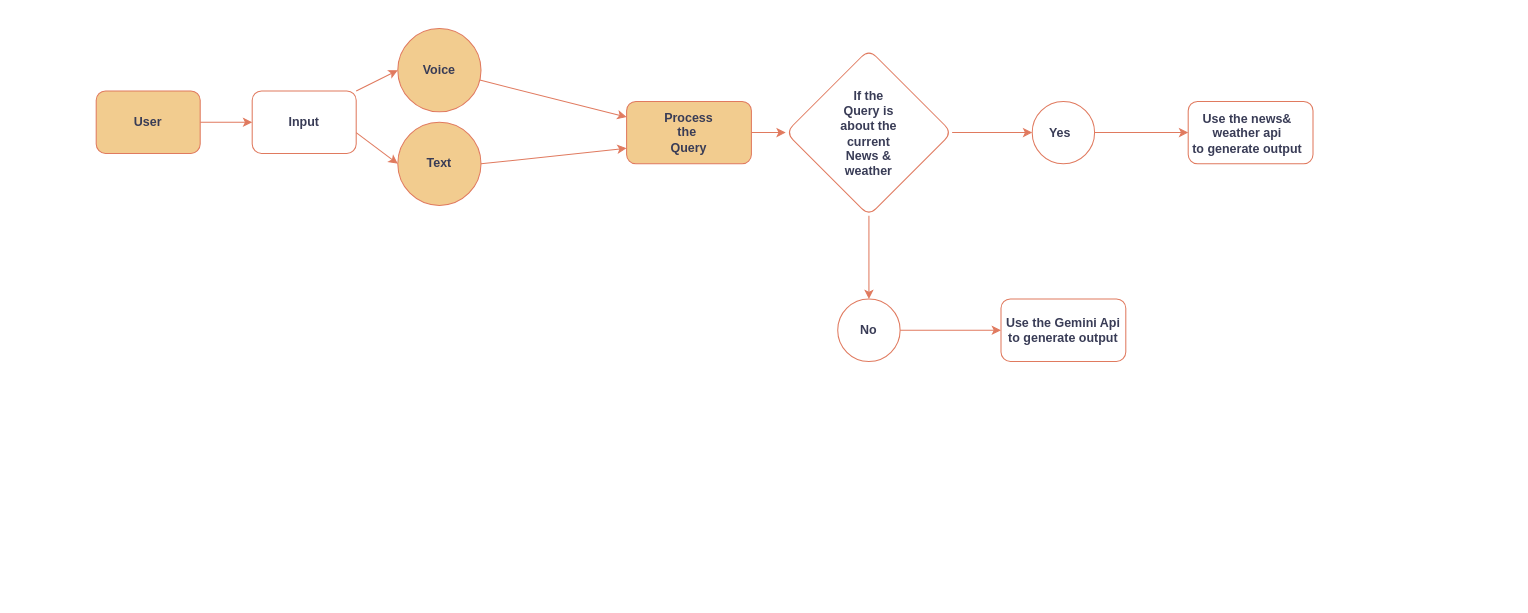
Above: Untitled Diagram.drawio in Ansh1803/Digram (draw.io), before the change. Source tidied: cells renumbered, new cells numbered last; positions are measured from the earlier drawing's top-left corner, leaving out a move shared by most shapes. Both pictures are drawn from the tidied source at 104%, with x=0, y=0 at pixel (96, 28).
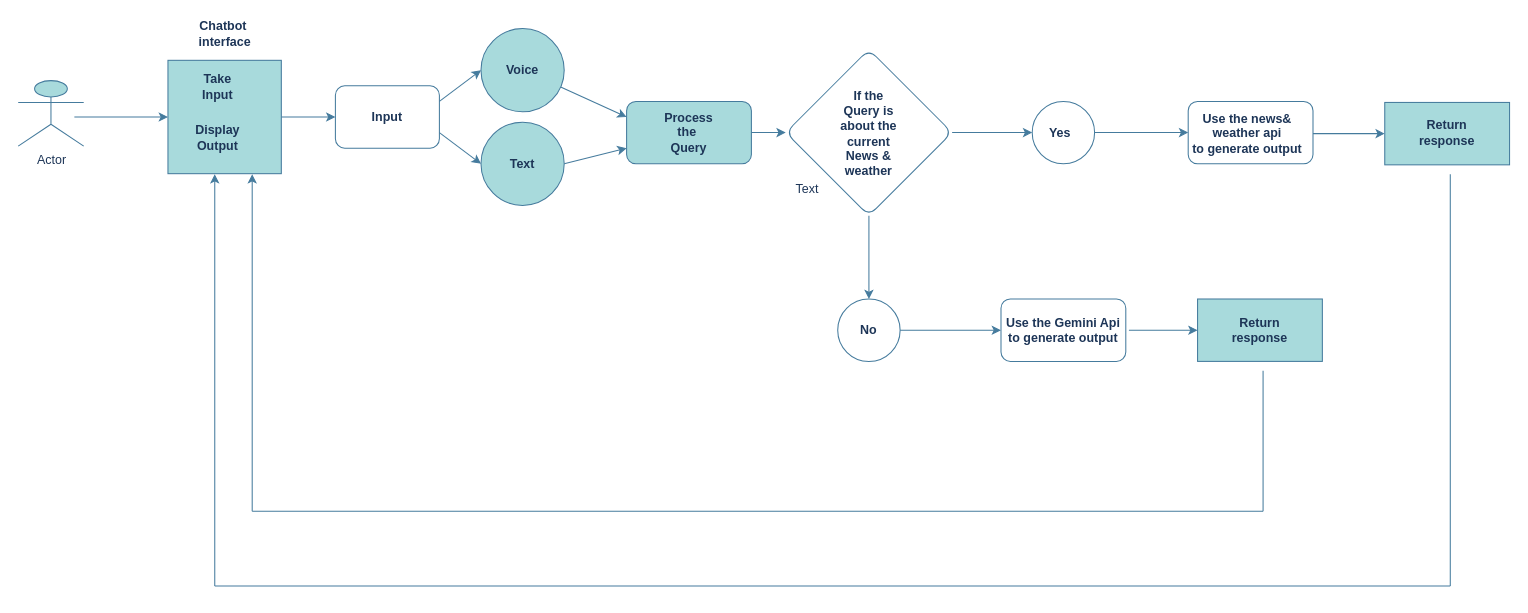
Above is the later version.

What changed in the source:
```diff
@@
-    <mxCell id="2" style="edgeStyle=orthogonalEdgeStyle;rounded=1;jettySize=auto;html=1;exitX=1;exitY=0.5;exitDx=0;exitDy=0;entryX=0;entryY=0.5;entryDx=0;entryDy=0;fontFamily=Helvetica;fontSize=12;fontColor=default;labelBackgroundColor=none;strokeColor=#E07A5F;" parent="1" edge="1" source="3" target="12">
-      <mxGeometry relative="1" as="geometry" />
-    </mxCell>
-    <mxCell id="3" style="rounded=1;whiteSpace=wrap;html=1;labelBackgroundColor=none;fillColor=#F2CC8F;strokeColor=#E07A5F;fontColor=#393C56;" parent="1" vertex="1">
-      <mxGeometry y="60" width="100" height="60" as="geometry" />
-    </mxCell>
-    <mxCell id="4" value="&lt;b&gt;User&lt;/b&gt;" style="text;html=1;align=center;verticalAlign=middle;whiteSpace=wrap;rounded=1;labelBackgroundColor=none;fontColor=#393C56;" parent="1" vertex="1">
-      <mxGeometry x="20" y="75" width="60" height="30" as="geometry" />
-    </mxCell>
-    <mxCell id="5" style="rounded=1;whiteSpace=wrap;html=1;labelBackgroundColor=none;fillColor=#F2CC8F;strokeColor=#E07A5F;fontColor=#393C56;" parent="1" vertex="1">
+    <mxCell id="5" style="rounded=1;whiteSpace=wrap;html=1;labelBackgroundColor=none;fillColor=#A8DADC;strokeColor=#457B9D;fontColor=#1D3557;" parent="1" vertex="1">
       <mxGeometry x="510" y="70" width="120" height="60" as="geometry" />
     </mxCell>
-    <mxCell id="6" style="endArrow=classic;html=1;rounded=1;entryX=0;entryY=0.25;entryDx=0;entryDy=0;labelBackgroundColor=none;strokeColor=#E07A5F;fontColor=default;" parent="1" edge="1" source="10" target="5">
+    <mxCell id="6" style="endArrow=classic;html=1;rounded=1;entryX=0;entryY=0.25;entryDx=0;entryDy=0;labelBackgroundColor=none;fontColor=default;strokeColor=#457B9D;" parent="1" edge="1" source="10" target="5">
       <mxGeometry relative="1" as="geometry" />
     </mxCell>
-    <mxCell id="7" style="endArrow=classic;html=1;rounded=1;entryX=0;entryY=0.75;entryDx=0;entryDy=0;exitX=1;exitY=0.5;exitDx=0;exitDy=0;labelBackgroundColor=none;strokeColor=#E07A5F;fontColor=default;" parent="1" edge="1" source="11" target="5">
+    <mxCell id="7" style="endArrow=classic;html=1;rounded=1;entryX=0;entryY=0.75;entryDx=0;entryDy=0;exitX=1;exitY=0.5;exitDx=0;exitDy=0;labelBackgroundColor=none;fontColor=default;strokeColor=#457B9D;" parent="1" edge="1" source="11" target="5">
       <mxGeometry relative="1" as="geometry" />
     </mxCell>
-    <mxCell id="8" style="edgeStyle=orthogonalEdgeStyle;rounded=1;jettySize=auto;html=1;entryX=0;entryY=0.5;entryDx=0;entryDy=0;fontFamily=Helvetica;fontSize=12;fontColor=default;labelBackgroundColor=none;strokeColor=#E07A5F;" parent="1" edge="1" source="9" target="21">
+    <mxCell id="8" style="edgeStyle=orthogonalEdgeStyle;rounded=1;jettySize=auto;html=1;entryX=0;entryY=0.5;entryDx=0;entryDy=0;fontFamily=Helvetica;fontSize=12;fontColor=default;labelBackgroundColor=none;strokeColor=#457B9D;" parent="1" edge="1" source="9" target="21">
       <mxGeometry relative="1" as="geometry" />
     </mxCell>
-    <mxCell id="9" value="&lt;b&gt;Process&lt;/b&gt;&lt;div&gt;&lt;b&gt;the&amp;nbsp;&lt;/b&gt;&lt;/div&gt;&lt;div&gt;&lt;b&gt;Query&lt;/b&gt;&lt;/div&gt;" style="text;html=1;align=center;verticalAlign=middle;whiteSpace=wrap;rounded=1;labelBackgroundColor=none;fontColor=#393C56;" parent="1" vertex="1">
+    <mxCell id="9" value="&lt;b&gt;Process&lt;/b&gt;&lt;div&gt;&lt;b&gt;the&amp;nbsp;&lt;/b&gt;&lt;/div&gt;&lt;div&gt;&lt;b&gt;Query&lt;/b&gt;&lt;/div&gt;" style="text;html=1;align=center;verticalAlign=middle;whiteSpace=wrap;rounded=1;labelBackgroundColor=none;fontColor=#1D3557;" parent="1" vertex="1">
       <mxGeometry x="510" y="85" width="120" height="30" as="geometry" />
     </mxCell>
-    <mxCell id="10" style="ellipse;whiteSpace=wrap;html=1;rounded=1;labelBackgroundColor=none;fillColor=#F2CC8F;strokeColor=#E07A5F;fontColor=#393C56;" parent="1" vertex="1">
-      <mxGeometry x="290" width="80" height="80" as="geometry" />
+    <mxCell id="10" style="ellipse;whiteSpace=wrap;html=1;rounded=1;labelBackgroundColor=none;fillColor=#A8DADC;strokeColor=#457B9D;fontColor=#1D3557;" parent="1" vertex="1">
+      <mxGeometry x="370" width="80" height="80" as="geometry" />
     </mxCell>
-    <mxCell id="11" style="ellipse;whiteSpace=wrap;html=1;rounded=1;labelBackgroundColor=none;fillColor=#F2CC8F;strokeColor=#E07A5F;fontColor=#393C56;" parent="1" vertex="1">
-      <mxGeometry x="290" y="90" width="80" height="80" as="geometry" />
+    <mxCell id="11" style="ellipse;whiteSpace=wrap;html=1;rounded=1;labelBackgroundColor=none;fillColor=#A8DADC;strokeColor=#457B9D;fontColor=#1D3557;" parent="1" vertex="1">
+      <mxGeometry x="370" y="90" width="80" height="80" as="geometry" />
     </mxCell>
-    <mxCell id="12" style="rounded=1;whiteSpace=wrap;html=1;align=center;verticalAlign=middle;fontFamily=Helvetica;fontSize=12;fontColor=#393C56;fillColor=none;labelBackgroundColor=none;strokeColor=#E07A5F;" parent="1" vertex="1">
-      <mxGeometry x="150" y="60" width="100" height="60" as="geometry" />
+    <mxCell id="12" style="rounded=1;whiteSpace=wrap;html=1;align=center;verticalAlign=middle;fontFamily=Helvetica;fontSize=12;fillColor=none;labelBackgroundColor=none;strokeColor=#457B9D;fontColor=#1D3557;" parent="1" vertex="1">
+      <mxGeometry x="230" y="55" width="100" height="60" as="geometry" />
     </mxCell>
-    <mxCell id="13" style="endArrow=classic;html=1;rounded=1;fontFamily=Helvetica;fontSize=12;fontColor=default;entryX=0;entryY=0.5;entryDx=0;entryDy=0;labelBackgroundColor=none;strokeColor=#E07A5F;" parent="1" edge="1" target="10">
-      <mxGeometry relative="1" as="geometry">
-        <mxPoint x="250" y="60" as="sourcePoint" />
-      </mxGeometry>
+    <mxCell id="13" style="endArrow=classic;html=1;rounded=1;fontFamily=Helvetica;fontSize=12;fontColor=default;entryX=0;entryY=0.5;entryDx=0;entryDy=0;labelBackgroundColor=none;exitX=1;exitY=0.25;exitDx=0;exitDy=0;strokeColor=#457B9D;" parent="1" edge="1" source="12" target="10">
+      <mxGeometry relative="1" as="geometry" />
     </mxCell>
-    <mxCell id="14" style="endArrow=classic;html=1;rounded=1;fontFamily=Helvetica;fontSize=12;fontColor=default;entryX=0;entryY=0.5;entryDx=0;entryDy=0;labelBackgroundColor=none;strokeColor=#E07A5F;" parent="1" edge="1" target="11">
-      <mxGeometry relative="1" as="geometry">
-        <mxPoint x="250" y="100" as="sourcePoint" />
-      </mxGeometry>
+    <mxCell id="14" style="endArrow=classic;html=1;rounded=1;fontFamily=Helvetica;fontSize=12;fontColor=default;entryX=0;entryY=0.5;entryDx=0;entryDy=0;labelBackgroundColor=none;exitX=1;exitY=0.75;exitDx=0;exitDy=0;strokeColor=#457B9D;" parent="1" edge="1" source="12" target="11">
+      <mxGeometry relative="1" as="geometry" />
     </mxCell>
-    <mxCell id="15" value="&lt;b&gt;Input&lt;/b&gt;" style="text;html=1;align=center;verticalAlign=middle;whiteSpace=wrap;rounded=1;fontFamily=Helvetica;fontSize=12;fontColor=#393C56;labelBackgroundColor=none;" parent="1" vertex="1">
-      <mxGeometry x="170" y="75" width="60" height="30" as="geometry" />
+    <mxCell id="15" value="&lt;b&gt;Input&lt;/b&gt;" style="text;html=1;align=center;verticalAlign=middle;whiteSpace=wrap;rounded=1;fontFamily=Helvetica;fontSize=12;labelBackgroundColor=none;fontColor=#1D3557;" parent="1" vertex="1">
+      <mxGeometry x="250" y="70" width="60" height="30" as="geometry" />
     </mxCell>
-    <mxCell id="16" value="&lt;b&gt;Text&lt;/b&gt;" style="text;html=1;align=center;verticalAlign=middle;whiteSpace=wrap;rounded=1;fontFamily=Helvetica;fontSize=12;fontColor=#393C56;labelBackgroundColor=none;" parent="1" vertex="1">
-      <mxGeometry x="300" y="115" width="60" height="30" as="geometry" />
+    <mxCell id="16" value="&lt;b&gt;Text&lt;/b&gt;" style="text;html=1;align=center;verticalAlign=middle;whiteSpace=wrap;rounded=1;fontFamily=Helvetica;fontSize=12;labelBackgroundColor=none;fontColor=#1D3557;" parent="1" vertex="1">
+      <mxGeometry x="380" y="116" width="60" height="30" as="geometry" />
     </mxCell>
-    <mxCell id="17" value="&lt;b&gt;Voice&lt;/b&gt;" style="text;html=1;align=center;verticalAlign=middle;whiteSpace=wrap;rounded=1;fontFamily=Helvetica;fontSize=12;fontColor=#393C56;labelBackgroundColor=none;" parent="1" vertex="1">
-      <mxGeometry x="300" y="25" width="60" height="30" as="geometry" />
+    <mxCell id="17" value="&lt;b&gt;Voice&lt;/b&gt;" style="text;html=1;align=center;verticalAlign=middle;whiteSpace=wrap;rounded=1;fontFamily=Helvetica;fontSize=12;labelBackgroundColor=none;fontColor=#1D3557;" parent="1" vertex="1">
+      <mxGeometry x="380" y="25" width="60" height="30" as="geometry" />
     </mxCell>
-    <mxCell id="18" value="&lt;b&gt;If the Query is about the current News &amp;amp; weather&lt;/b&gt;" style="text;html=1;align=center;verticalAlign=middle;whiteSpace=wrap;rounded=1;fontFamily=Helvetica;fontSize=12;fontColor=#393C56;labelBackgroundColor=none;" parent="1" vertex="1">
+    <mxCell id="18" value="&lt;b&gt;If the Query is about the current News &amp;amp; weather&lt;/b&gt;" style="text;html=1;align=center;verticalAlign=middle;whiteSpace=wrap;rounded=1;fontFamily=Helvetica;fontSize=12;labelBackgroundColor=none;fontColor=#1D3557;" parent="1" vertex="1">
       <mxGeometry x="713" y="86" width="60" height="29" as="geometry" />
     </mxCell>
-    <mxCell id="19" style="edgeStyle=orthogonalEdgeStyle;rounded=1;jettySize=auto;html=1;entryX=0;entryY=0.5;entryDx=0;entryDy=0;fontFamily=Helvetica;fontSize=12;fontColor=default;labelBackgroundColor=none;strokeColor=#E07A5F;" parent="1" edge="1" source="21" target="24">
+    <mxCell id="19" style="edgeStyle=orthogonalEdgeStyle;rounded=1;jettySize=auto;html=1;entryX=0;entryY=0.5;entryDx=0;entryDy=0;fontFamily=Helvetica;fontSize=12;fontColor=default;labelBackgroundColor=none;strokeColor=#457B9D;" parent="1" edge="1" source="21" target="24">
       <mxGeometry relative="1" as="geometry" />
     </mxCell>
-    <mxCell id="20" style="edgeStyle=orthogonalEdgeStyle;rounded=0;jettySize=auto;html=1;exitX=0.5;exitY=1;exitDx=0;exitDy=0;entryX=0.5;entryY=0;entryDx=0;entryDy=0;strokeColor=#E07A5F;fontColor=#393C56;fillColor=#F2CC8F;" parent="1" edge="1" source="21" target="26">
+    <mxCell id="20" style="edgeStyle=orthogonalEdgeStyle;rounded=0;jettySize=auto;html=1;exitX=0.5;exitY=1;exitDx=0;exitDy=0;entryX=0.5;entryY=0;entryDx=0;entryDy=0;fontColor=default;labelBackgroundColor=none;strokeColor=#457B9D;" parent="1" edge="1" source="21" target="26">
       <mxGeometry relative="1" as="geometry" />
     </mxCell>
-    <mxCell id="21" style="rhombus;whiteSpace=wrap;html=1;rounded=1;align=center;verticalAlign=middle;fontFamily=Helvetica;fontSize=12;fontColor=#393C56;fillColor=none;labelBackgroundColor=none;strokeColor=#E07A5F;" parent="1" vertex="1">
+    <mxCell id="21" style="rhombus;whiteSpace=wrap;html=1;rounded=1;align=center;verticalAlign=middle;fontFamily=Helvetica;fontSize=12;fillColor=none;labelBackgroundColor=none;strokeColor=#457B9D;fontColor=#1D3557;" parent="1" vertex="1">
       <mxGeometry x="663" y="20" width="160" height="160" as="geometry" />
     </mxCell>
-    <mxCell id="22" value="&lt;b&gt;Yes&lt;/b&gt;" style="text;html=1;align=center;verticalAlign=middle;whiteSpace=wrap;rounded=1;fontFamily=Helvetica;fontSize=12;fontColor=#393C56;labelBackgroundColor=none;" parent="1" vertex="1">
+    <mxCell id="22" value="&lt;b&gt;Yes&lt;/b&gt;" style="text;html=1;align=center;verticalAlign=middle;whiteSpace=wrap;rounded=1;fontFamily=Helvetica;fontSize=12;labelBackgroundColor=none;fontColor=#1D3557;" parent="1" vertex="1">
       <mxGeometry x="897" y="86" width="60" height="30" as="geometry" />
     </mxCell>
-    <mxCell id="23" style="edgeStyle=orthogonalEdgeStyle;rounded=1;jettySize=auto;html=1;entryX=0;entryY=0.5;entryDx=0;entryDy=0;fontFamily=Helvetica;fontSize=12;fontColor=default;labelBackgroundColor=none;strokeColor=#E07A5F;" parent="1" edge="1" source="24" target="25">
+    <mxCell id="23" style="edgeStyle=orthogonalEdgeStyle;rounded=1;jettySize=auto;html=1;entryX=0;entryY=0.5;entryDx=0;entryDy=0;fontFamily=Helvetica;fontSize=12;fontColor=default;labelBackgroundColor=none;strokeColor=#457B9D;" parent="1" edge="1" source="24" target="25">
       <mxGeometry relative="1" as="geometry" />
     </mxCell>
-    <mxCell id="24" style="ellipse;whiteSpace=wrap;html=1;rounded=1;align=center;verticalAlign=middle;fontFamily=Helvetica;fontSize=12;fontColor=#393C56;fillColor=none;labelBackgroundColor=none;strokeColor=#E07A5F;" parent="1" vertex="1">
+    <mxCell id="24" style="ellipse;whiteSpace=wrap;html=1;rounded=1;align=center;verticalAlign=middle;fontFamily=Helvetica;fontSize=12;fillColor=none;labelBackgroundColor=none;strokeColor=#457B9D;fontColor=#1D3557;" parent="1" vertex="1">
       <mxGeometry x="900" y="70" width="60" height="60" as="geometry" />
     </mxCell>
-    <mxCell id="25" style="rounded=1;whiteSpace=wrap;html=1;align=center;verticalAlign=middle;fontFamily=Helvetica;fontSize=12;fontColor=#393C56;fillColor=none;labelBackgroundColor=none;strokeColor=#E07A5F;" parent="1" vertex="1">
+    <mxCell id="25" style="rounded=1;whiteSpace=wrap;html=1;align=center;verticalAlign=middle;fontFamily=Helvetica;fontSize=12;fillColor=none;labelBackgroundColor=none;strokeColor=#457B9D;fontColor=#1D3557;" parent="1" vertex="1">
       <mxGeometry x="1050" y="70" width="120" height="60" as="geometry" />
     </mxCell>
-    <mxCell id="26" style="ellipse;whiteSpace=wrap;html=1;rounded=1;align=center;verticalAlign=middle;fontFamily=Helvetica;fontSize=12;fontColor=#393C56;fillColor=none;labelBackgroundColor=none;strokeColor=#E07A5F;" parent="1" vertex="1">
+    <mxCell id="26" style="ellipse;whiteSpace=wrap;html=1;rounded=1;align=center;verticalAlign=middle;fontFamily=Helvetica;fontSize=12;fillColor=none;labelBackgroundColor=none;strokeColor=#457B9D;fontColor=#1D3557;" parent="1" vertex="1">
       <mxGeometry x="713" y="260" width="60" height="60" as="geometry" />
     </mxCell>
-    <mxCell id="27" style="edgeStyle=orthogonalEdgeStyle;rounded=0;jettySize=auto;html=1;strokeColor=#E07A5F;fontColor=#393C56;fillColor=#F2CC8F;" parent="1" edge="1" source="28">
+    <mxCell id="27" style="edgeStyle=orthogonalEdgeStyle;rounded=0;jettySize=auto;html=1;fontColor=default;labelBackgroundColor=none;strokeColor=#457B9D;" parent="1" edge="1" source="28">
       <mxGeometry relative="1" as="geometry">
         <mxPoint x="870" y="290" as="targetPoint" />
       </mxGeometry>
     </mxCell>
-    <mxCell id="28" value="&lt;b&gt;No&lt;/b&gt;" style="text;html=1;align=center;verticalAlign=middle;whiteSpace=wrap;rounded=0;fontColor=#393C56;" parent="1" vertex="1">
+    <mxCell id="28" value="&lt;b&gt;No&lt;/b&gt;" style="text;html=1;align=center;verticalAlign=middle;whiteSpace=wrap;rounded=0;labelBackgroundColor=none;fontColor=#1D3557;" parent="1" vertex="1">
       <mxGeometry x="713" y="275" width="60" height="30" as="geometry" />
     </mxCell>
-    <mxCell id="29" style="rounded=1;whiteSpace=wrap;html=1;align=center;verticalAlign=middle;fontFamily=Helvetica;fontSize=12;fontColor=#393C56;fillColor=none;labelBackgroundColor=none;strokeColor=#E07A5F;" parent="1" vertex="1">
+    <mxCell id="29" style="rounded=1;whiteSpace=wrap;html=1;align=center;verticalAlign=middle;fontFamily=Helvetica;fontSize=12;fillColor=none;labelBackgroundColor=none;strokeColor=#457B9D;fontColor=#1D3557;" parent="1" vertex="1">
       <mxGeometry x="870" y="260" width="120" height="60" as="geometry" />
     </mxCell>
+    <mxCell id="32" style="edgeStyle=orthogonalEdgeStyle;rounded=0;jettySize=auto;html=1;entryX=0;entryY=0.5;entryDx=0;entryDy=0;fontColor=default;labelBackgroundColor=none;strokeColor=#457B9D;" parent="1" edge="1" source="30" target="34">
+      <mxGeometry relative="1" as="geometry" />
+    </mxCell>
-    <mxCell id="30" value="&lt;b&gt;Use the news&amp;amp; weather api to&amp;nbsp;generate output&lt;/b&gt;" style="text;html=1;align=center;verticalAlign=middle;whiteSpace=wrap;rounded=0;fontColor=#393C56;" parent="1" vertex="1">
+    <mxCell id="30" value="&lt;b&gt;Use the news&amp;amp; weather api to&amp;nbsp;generate output&lt;/b&gt;" style="text;html=1;align=center;verticalAlign=middle;whiteSpace=wrap;rounded=0;labelBackgroundColor=none;fontColor=#1D3557;" parent="1" vertex="1">
       <mxGeometry x="1044" y="86" width="126" height="30" as="geometry" />
     </mxCell>
+    <mxCell id="33" style="edgeStyle=orthogonalEdgeStyle;rounded=0;jettySize=auto;html=1;entryX=0;entryY=0.5;entryDx=0;entryDy=0;fontColor=default;labelBackgroundColor=none;strokeColor=#457B9D;" parent="1" edge="1" source="31" target="39">
+      <mxGeometry relative="1" as="geometry" />
+    </mxCell>
-    <mxCell id="31" value="&lt;b&gt;Use the Gemini Api to generate output&lt;/b&gt;" style="text;html=1;align=center;verticalAlign=middle;whiteSpace=wrap;rounded=0;fontColor=#393C56;" parent="1" vertex="1">
+    <mxCell id="31" value="&lt;b&gt;Use the Gemini Api to generate output&lt;/b&gt;" style="text;html=1;align=center;verticalAlign=middle;whiteSpace=wrap;rounded=0;labelBackgroundColor=none;fontColor=#1D3557;" parent="1" vertex="1">
       <mxGeometry x="867" y="275" width="126" height="30" as="geometry" />
     </mxCell>
+    <mxCell id="34" style="rounded=0;whiteSpace=wrap;html=1;labelBackgroundColor=none;fillColor=#A8DADC;strokeColor=#457B9D;fontColor=#1D3557;" parent="1" vertex="1">
+      <mxGeometry x="1239" y="71" width="120" height="60" as="geometry" />
+    </mxCell>
+    <mxCell id="35" value="&lt;b&gt;Return response&lt;/b&gt;" style="text;html=1;align=center;verticalAlign=middle;whiteSpace=wrap;rounded=0;labelBackgroundColor=none;fontColor=#1D3557;" parent="1" vertex="1">
+      <mxGeometry x="1269" y="85" width="60" height="30" as="geometry" />
+    </mxCell>
+    <mxCell id="36" style="edgeStyle=orthogonalEdgeStyle;rounded=0;jettySize=auto;html=1;entryX=0;entryY=0.5;entryDx=0;entryDy=0;fontColor=default;labelBackgroundColor=none;strokeColor=#457B9D;" parent="1" edge="1" source="37" target="12">
+      <mxGeometry relative="1" as="geometry" />
+    </mxCell>
+    <mxCell id="37" style="whiteSpace=wrap;html=1;labelBackgroundColor=none;fillColor=#A8DADC;strokeColor=#457B9D;fontColor=#1D3557;" parent="1" vertex="1">
+      <mxGeometry x="69" y="30.5" width="109" height="109" as="geometry" />
+    </mxCell>
+    <mxCell id="38" style="endArrow=none;html=1;rounded=0;fontColor=default;labelBackgroundColor=none;strokeColor=#457B9D;" parent="1" edge="1">
+      <mxGeometry relative="1" as="geometry">
+        <mxPoint x="1302" y="536" as="sourcePoint" />
+        <mxPoint x="1302" y="140" as="targetPoint" />
+      </mxGeometry>
+    </mxCell>
+    <mxCell id="39" style="rounded=0;whiteSpace=wrap;html=1;labelBackgroundColor=none;fillColor=#A8DADC;strokeColor=#457B9D;fontColor=#1D3557;" parent="1" vertex="1">
+      <mxGeometry x="1059" y="260" width="120" height="60" as="geometry" />
+    </mxCell>
+    <mxCell id="40" value="&lt;b&gt;Return response&lt;/b&gt;" style="text;html=1;align=center;verticalAlign=middle;whiteSpace=wrap;rounded=0;labelBackgroundColor=none;fontColor=#1D3557;" parent="1" vertex="1">
+      <mxGeometry x="1089" y="275" width="60" height="30" as="geometry" />
+    </mxCell>
+    <mxCell id="41" value="&lt;b&gt;Display&lt;/b&gt;&lt;div&gt;&lt;b&gt;Output&lt;/b&gt;&lt;/div&gt;" style="text;html=1;align=center;verticalAlign=middle;whiteSpace=wrap;rounded=0;labelBackgroundColor=none;fontColor=#1D3557;" parent="1" vertex="1">
+      <mxGeometry x="87" y="90" width="60" height="30" as="geometry" />
+    </mxCell>
+    <mxCell id="42" value="&lt;b&gt;Take&lt;/b&gt;&lt;div&gt;&lt;b&gt;Input&lt;/b&gt;&lt;/div&gt;" style="text;html=1;align=center;verticalAlign=middle;whiteSpace=wrap;rounded=0;labelBackgroundColor=none;fontColor=#1D3557;" parent="1" vertex="1">
+      <mxGeometry x="87" y="41" width="60" height="30" as="geometry" />
+    </mxCell>
+    <mxCell id="43" style="endArrow=none;html=1;rounded=0;fontColor=default;labelBackgroundColor=none;strokeColor=#457B9D;" parent="1" edge="1">
+      <mxGeometry relative="1" as="geometry">
+        <mxPoint x="1122" y="464" as="sourcePoint" />
+        <mxPoint x="1122" y="329" as="targetPoint" />
+      </mxGeometry>
+    </mxCell>
+    <mxCell id="44" style="edgeStyle=orthogonalEdgeStyle;rounded=0;jettySize=auto;html=1;entryX=0;entryY=0.5;entryDx=0;entryDy=0;fontColor=default;labelBackgroundColor=none;strokeColor=#457B9D;" parent="1" edge="1" target="37">
+      <mxGeometry relative="1" as="geometry">
+        <mxPoint x="6" y="85" as="sourcePoint" />
+        <Array as="points">
+          <mxPoint x="-21" y="85" />
+          <mxPoint x="-21" y="85" />
+        </Array>
+      </mxGeometry>
+    </mxCell>
+    <mxCell id="45" style="endArrow=none;html=1;rounded=0;fontColor=default;labelBackgroundColor=none;strokeColor=#457B9D;" parent="1" edge="1">
+      <mxGeometry relative="1" as="geometry">
+        <mxPoint x="114" y="536" as="sourcePoint" />
+        <mxPoint x="1302" y="536" as="targetPoint" />
+      </mxGeometry>
+    </mxCell>
+    <mxCell id="46" style="endArrow=classic;html=1;rounded=0;fontColor=default;labelBackgroundColor=none;strokeColor=#457B9D;" parent="1" edge="1">
+      <mxGeometry relative="1" as="geometry">
+        <mxPoint x="114" y="536" as="sourcePoint" />
+        <mxPoint x="114" y="140" as="targetPoint" />
+      </mxGeometry>
+    </mxCell>
+    <mxCell id="47" style="endArrow=none;html=1;rounded=0;fontColor=default;labelBackgroundColor=none;strokeColor=#457B9D;" parent="1" edge="1">
+      <mxGeometry relative="1" as="geometry">
+        <mxPoint x="150" y="464" as="sourcePoint" />
+        <mxPoint x="1122" y="464" as="targetPoint" />
+      </mxGeometry>
+    </mxCell>
+    <mxCell id="48" style="endArrow=classic;html=1;rounded=0;fontColor=default;labelBackgroundColor=none;strokeColor=#457B9D;" parent="1" edge="1">
+      <mxGeometry relative="1" as="geometry">
+        <mxPoint x="150" y="464" as="sourcePoint" />
+        <mxPoint x="150" y="140" as="targetPoint" />
+      </mxGeometry>
+    </mxCell>
+    <mxCell id="49" value="Text" style="text;html=1;align=center;verticalAlign=middle;whiteSpace=wrap;rounded=0;labelBackgroundColor=none;fontColor=#1D3557;" parent="1" vertex="1">
+      <mxGeometry x="654" y="140" width="60" height="30" as="geometry" />
+    </mxCell>
+    <mxCell id="50" value="&lt;b&gt;Chatbot&amp;nbsp;&lt;/b&gt;&lt;div&gt;&lt;b&gt;interface&lt;/b&gt;&lt;/div&gt;" style="text;html=1;align=center;verticalAlign=middle;whiteSpace=wrap;rounded=0;labelBackgroundColor=none;fontColor=#1D3557;" parent="1" vertex="1">
+      <mxGeometry x="93.5" y="-10" width="60" height="30" as="geometry" />
+    </mxCell>
+    <mxCell id="51" value="Actor" style="shape=umlActor;verticalLabelPosition=bottom;verticalAlign=top;html=1;strokeColor=#457B9D;fontColor=#1D3557;fillColor=#A8DADC;" parent="1" vertex="1">
+      <mxGeometry x="-75" y="50" width="63" height="63" as="geometry" />
+    </mxCell>
```
